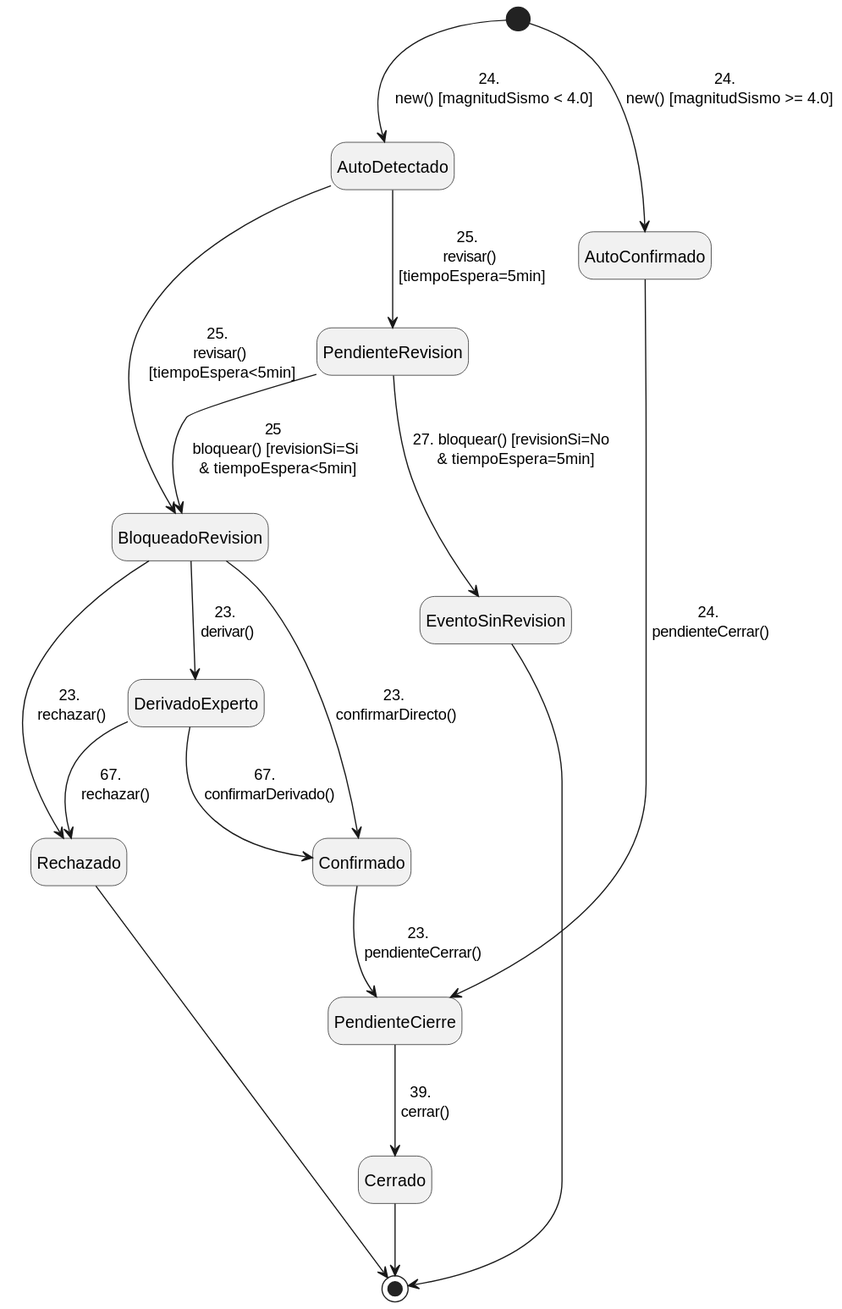
Above: diagramas/Diagramas/maquinaEstadoEventoSismico.svg in ciggyx/TPI-Grupo7 (PlantUML), before the change.
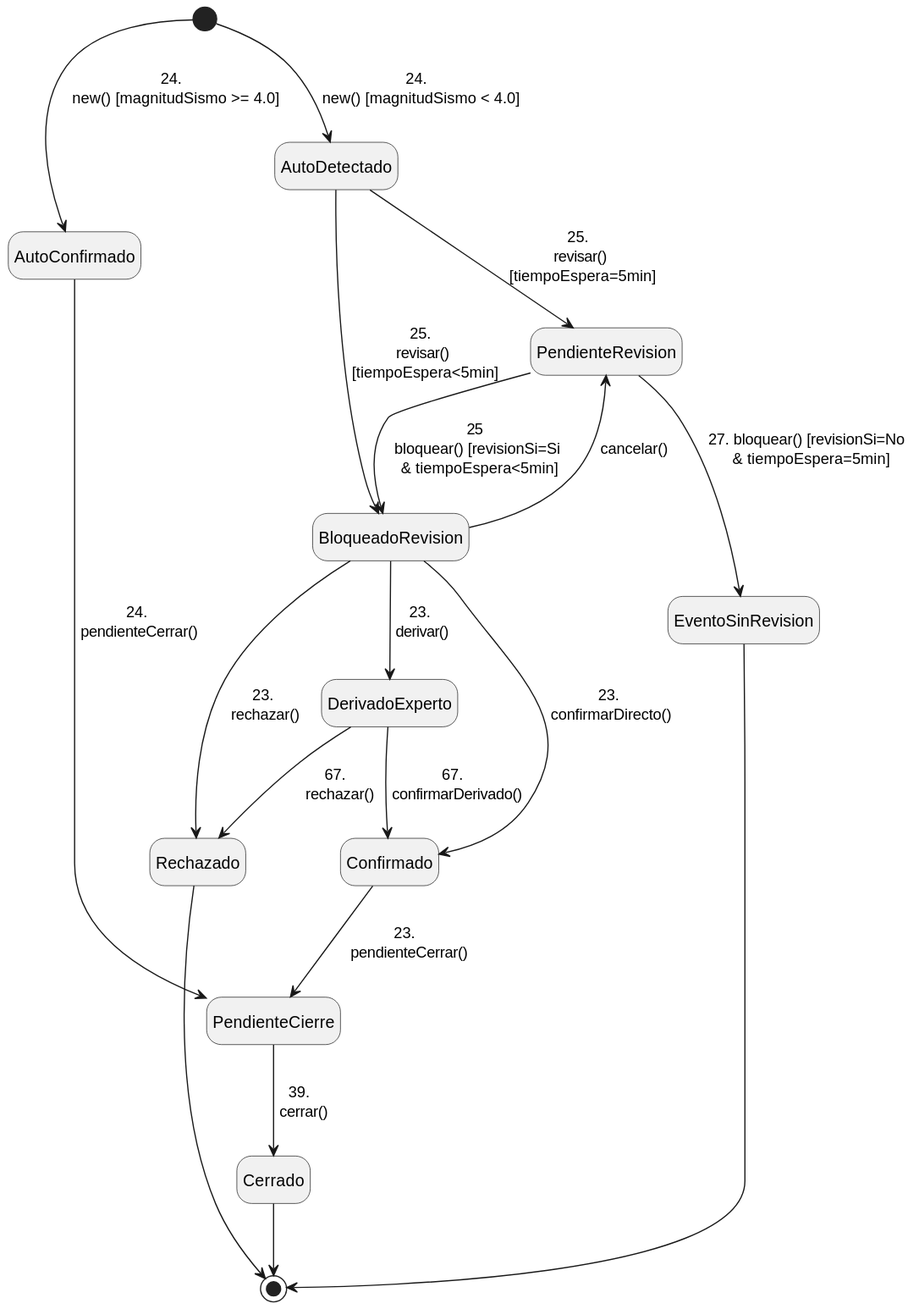
The same diagram one commit later.

Commit message:
fix: maquina de estado

cuando se cancela la revisión pasa al estado "Pendiente de Revisión"

Diff of the diagram source:
```diff
@@ -7,6 +7,7 @@
 PendienteRevision-->BloqueadoRevision: 25 \n bloquear() [revisionSi=Si \n & tiempoEspera<5min]
 PendienteRevision-->EventoSinRevision: 27. bloquear() [revisionSi=No \n & tiempoEspera=5min]
 AutoDetectado --> BloqueadoRevision: 25. \n revisar() \n [tiempoEspera<5min]
+BloqueadoRevision-->PendienteRevision: cancelar()
 BloqueadoRevision-->Confirmado: 23.\n confirmarDirecto()
 BloqueadoRevision-->Rechazado:  23.\n rechazar()
 BloqueadoRevision-->DerivadoExperto:  23.\n derivar()
```
